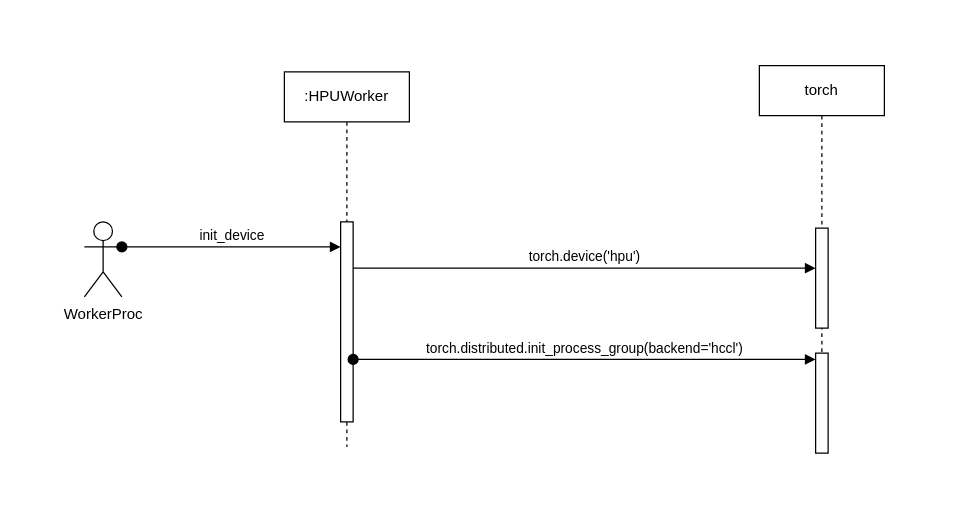
The draw.io diagram page "hpu.init_device" (5 of 10) of vllm/engine/vllm.drawio in chaojun-zhang/vllm, before the edit. Source tidied: cells renumbered, new cells numbered last; positions are measured from the earlier drawing's top-left corner, leaving out a move shared by most shapes. Both pictures are drawn from the tidied source at 125%, with x=0, y=0 at pixel (84, 65).
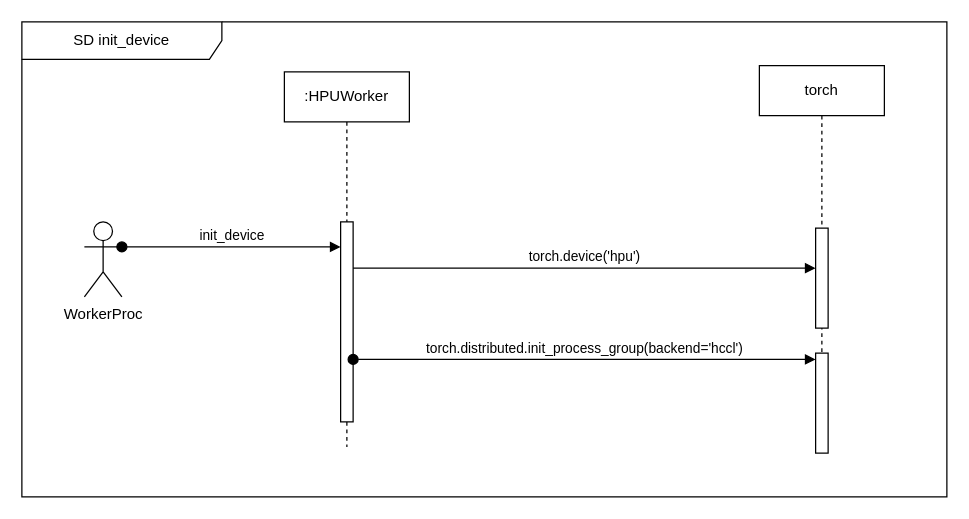
The same diagram, later.

Diff of the diagram source:
```diff
@@
 <mxGraphModel>
   <root>
     <mxCell id="0" />
     <mxCell id="1" parent="0" />
     <mxCell id="2" value=":HPUWorker" style="shape=umlLifeline;perimeter=lifelinePerimeter;whiteSpace=wrap;html=1;newEdgeStyle={&quot;curved&quot;:0,&quot;rounded&quot;:0};" parent="1" vertex="1">
       <mxGeometry x="160" y="5" width="100" height="300" as="geometry" />
     </mxCell>
     <mxCell id="3" style="html=1;points=[[0,0,0,0,5],[0,1,0,0,-5],[1,0,0,0,5],[1,1,0,0,-5]];perimeter=orthogonalPerimeter;outlineConnect=0;targetShapes=umlLifeline;portConstraint=eastwest;newEdgeStyle={&quot;curved&quot;:0,&quot;rounded&quot;:0};" parent="2" vertex="1">
       <mxGeometry x="45" y="120" width="10" height="160" as="geometry" />
     </mxCell>
     <mxCell id="4" value="WorkerProc" style="shape=umlActor;verticalLabelPosition=bottom;verticalAlign=top;html=1;" parent="1" vertex="1">
       <mxGeometry y="125" width="30" height="60" as="geometry" />
     </mxCell>
     <mxCell id="5" value="init_device" style="html=1;verticalAlign=bottom;startArrow=oval;endArrow=block;startSize=8;curved=0;rounded=0;exitX=1;exitY=0.3333333333333333;exitDx=0;exitDy=0;exitPerimeter=0;" parent="1" edge="1" source="4" target="3">
       <mxGeometry relative="1" as="geometry" />
     </mxCell>
     <mxCell id="6" value="torch" style="shape=umlLifeline;perimeter=lifelinePerimeter;whiteSpace=wrap;html=1;newEdgeStyle={&quot;curved&quot;:0,&quot;rounded&quot;:0};" parent="1" vertex="1">
       <mxGeometry x="540" width="100" height="310" as="geometry" />
     </mxCell>
     <mxCell id="7" style="html=1;perimeter=orthogonalPerimeter;targetShapes=umlLifeline;newEdgeStyle={&quot;curved&quot;:0,&quot;rounded&quot;:0};" parent="6" vertex="1">
       <mxGeometry x="45" y="130" width="10" height="80" as="geometry" />
     </mxCell>
     <mxCell id="8" style="html=1;points=[[0,0,0,0,5],[0,1,0,0,-5],[1,0,0,0,5],[1,1,0,0,-5]];perimeter=orthogonalPerimeter;outlineConnect=0;targetShapes=umlLifeline;portConstraint=eastwest;newEdgeStyle={&quot;curved&quot;:0,&quot;rounded&quot;:0};" parent="6" vertex="1">
       <mxGeometry x="45" y="230" width="10" height="80" as="geometry" />
     </mxCell>
     <mxCell id="9" value="torch.device('hpu')" style="html=1;verticalAlign=bottom;endArrow=block;curved=0;rounded=0;" parent="1" edge="1">
       <mxGeometry relative="1" as="geometry">
         <mxPoint x="215" y="162" as="sourcePoint" />
         <mxPoint x="585" y="162" as="targetPoint" />
       </mxGeometry>
     </mxCell>
     <mxCell id="10" value="torch.distributed.init_process_group(backend='hccl')" style="html=1;verticalAlign=bottom;startArrow=oval;endArrow=block;startSize=8;curved=0;rounded=0;entryX=0;entryY=0;entryDx=0;entryDy=5;" parent="1" edge="1" source="3" target="8">
       <mxGeometry relative="1" as="geometry" />
     </mxCell>
+    <mxCell id="11" value="SD init_device" style="shape=umlFrame;whiteSpace=wrap;html=1;width=160;" parent="1" vertex="1">
+      <mxGeometry x="-50" y="-35" width="740" height="380" as="geometry" />
+    </mxCell>
   </root>
 </mxGraphModel>
```
